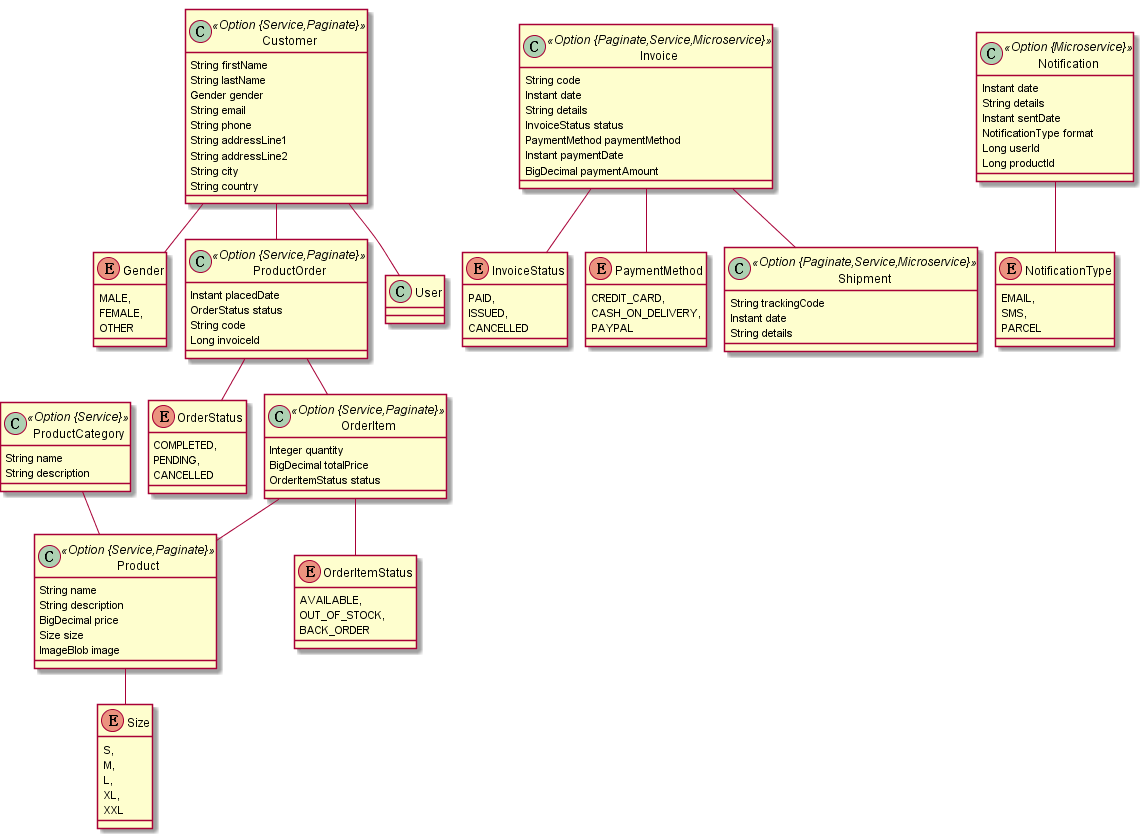
Before: models/demo.png, a diagram exported from PlantUML (lsfoo/share-task).
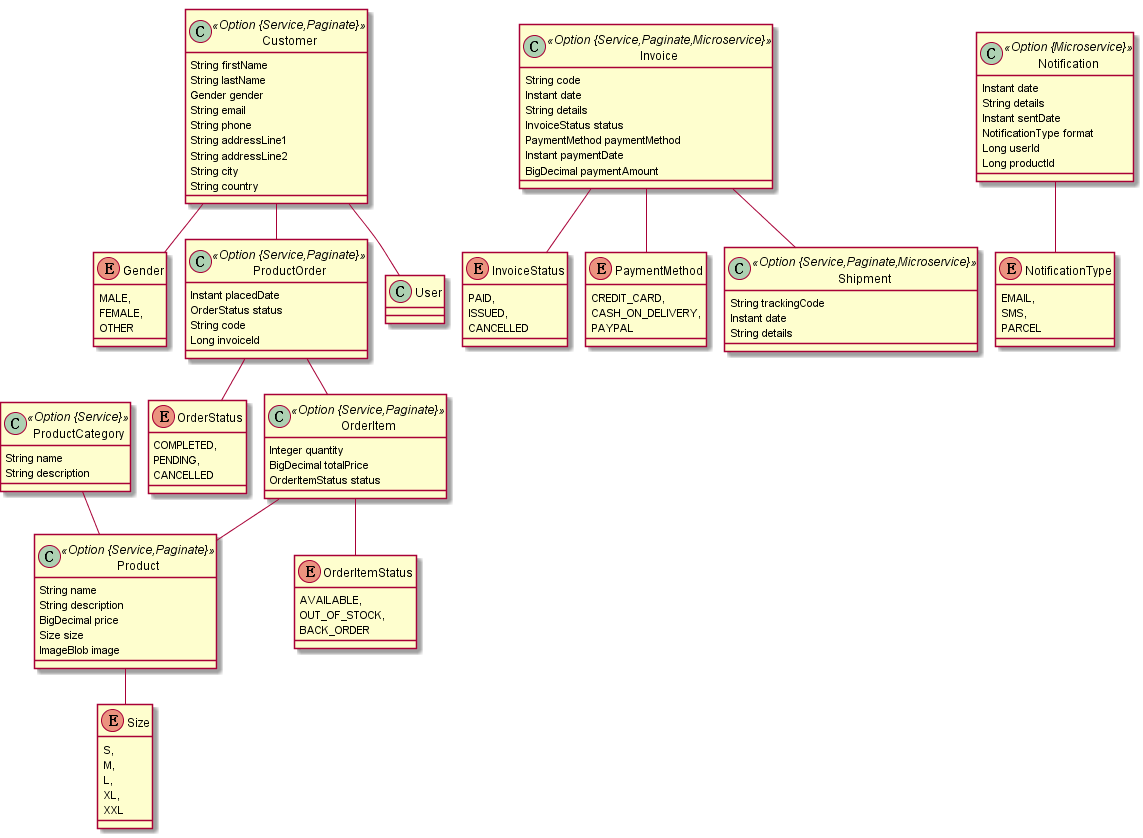
The same file after the commit.

Change to the diagram source:
```diff
@@ -65,7 +65,7 @@
 	Customer  "order 0..1 " --o "customer(email)  1..* "  ProductOrder
 	ProductOrder  "orderItem 0..1 " --o "order(code)  1..* "  OrderItem
 	ProductCategory  "product 0..1 " --o "productCategory(name) 0..* "  Product
-	class Invoice <<Option {Paginate,Service,Microservice}>> {
+	class Invoice <<Option {Service,Paginate,Microservice}>> {
 		String code
 		Instant date
 		String details
@@ -81,7 +81,7 @@
 		ISSUED,
 		CANCELLED
 	}
-	class Shipment <<Option {Paginate,Service,Microservice}>> {
+	class Shipment <<Option {Service,Paginate,Microservice}>> {
 		String trackingCode
 		Instant date
 		String details
```
